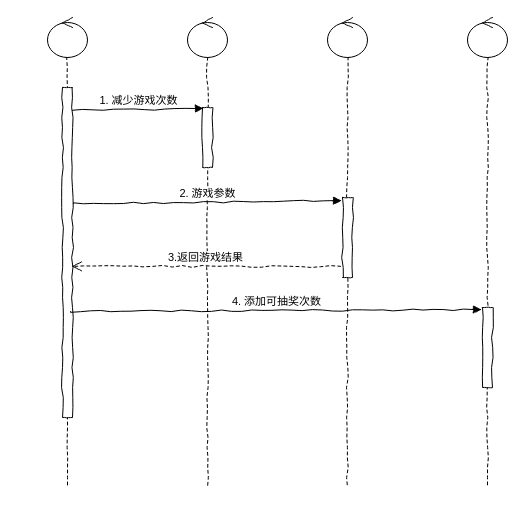
This is mogu/游戏通用序列图.drawio from GDUTKiller/UML, a draw.io file, before an edit. Source tidied: cells renumbered, new cells numbered last; positions are measured from the earlier drawing's top-left corner, leaving out a move shared by most shapes. Both pictures are drawn from the tidied source at 100%, with x=0, y=0 at pixel (47, 17).
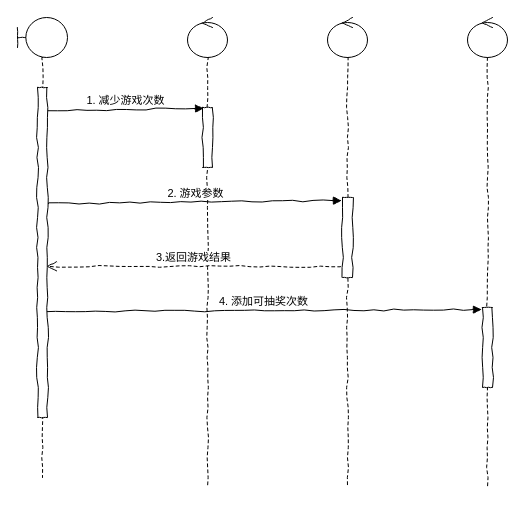
After the change.

Commit message:
添加边界控制

Change to the diagram source:
```diff
@@
 <mxGraphModel>
   <root>
     <mxCell id="0" />
     <mxCell id="1" parent="0" />
     <mxCell id="2" style="shape=umlLifeline;participant=umlControl;perimeter=lifelinePerimeter;whiteSpace=wrap;html=1;verticalAlign=top;spacingTop=36;labelBackgroundColor=#ffffff;comic=1;" parent="1" vertex="1">
       <mxGeometry x="140" width="40" height="470" as="geometry" />
     </mxCell>
     <mxCell id="3" style="html=1;points=[];perimeter=orthogonalPerimeter;rounded=0;shadow=0;glass=0;comic=1;" parent="2" vertex="1">
       <mxGeometry x="15" y="90" width="10" height="60" as="geometry" />
     </mxCell>
     <mxCell id="4" style="shape=umlLifeline;participant=umlControl;perimeter=lifelinePerimeter;whiteSpace=wrap;html=1;verticalAlign=top;spacingTop=36;labelBackgroundColor=#ffffff;comic=1;rounded=0;glass=0;shadow=0;" parent="1" vertex="1">
       <mxGeometry x="280" width="40" height="470" as="geometry" />
     </mxCell>
     <mxCell id="5" style="html=1;points=[];perimeter=orthogonalPerimeter;rounded=0;shadow=0;glass=0;comic=1;" parent="4" vertex="1">
       <mxGeometry x="15" y="180" width="10" height="80" as="geometry" />
     </mxCell>
-    <mxCell id="6" style="shape=umlLifeline;participant=umlControl;perimeter=lifelinePerimeter;whiteSpace=wrap;html=1;verticalAlign=top;spacingTop=36;labelBackgroundColor=#ffffff;comic=1;" parent="1" vertex="1">
-      <mxGeometry width="40" height="470" as="geometry" />
-    </mxCell>
-    <mxCell id="7" style="html=1;points=[];perimeter=orthogonalPerimeter;rounded=0;shadow=0;glass=0;comic=1;" parent="6" vertex="1">
-      <mxGeometry x="15" y="70" width="10" height="330" as="geometry" />
-    </mxCell>
     <mxCell id="8" style="shape=umlLifeline;participant=umlControl;perimeter=lifelinePerimeter;whiteSpace=wrap;html=1;verticalAlign=top;spacingTop=36;labelBackgroundColor=#ffffff;comic=1;rounded=0;glass=0;shadow=0;" parent="1" vertex="1">
       <mxGeometry x="420" width="40" height="470" as="geometry" />
     </mxCell>
     <mxCell id="9" style="html=1;points=[];perimeter=orthogonalPerimeter;rounded=0;shadow=0;glass=0;comic=1;" parent="8" vertex="1">
       <mxGeometry x="15" y="290" width="10" height="80" as="geometry" />
     </mxCell>
     <mxCell id="10" value="1. 减少游戏次数" style="html=1;verticalAlign=bottom;endArrow=block;entryX=0.1;entryY=0.014;entryDx=0;entryDy=0;entryPerimeter=0;exitX=1;exitY=0.07;exitDx=0;exitDy=0;exitPerimeter=0;comic=1;" parent="1" edge="1" source="7" target="3">
       <mxGeometry relative="1" as="geometry" />
     </mxCell>
     <mxCell id="11" value="2. 游戏参数" style="html=1;verticalAlign=bottom;endArrow=block;entryX=-0.1;entryY=0.038;entryDx=0;entryDy=0;entryPerimeter=0;exitX=1.1;exitY=0.352;exitDx=0;exitDy=0;exitPerimeter=0;comic=1;" parent="1" edge="1" source="7" target="5">
       <mxGeometry relative="1" as="geometry" />
     </mxCell>
     <mxCell id="12" value="3.返回游戏结果" style="html=1;verticalAlign=bottom;endArrow=open;dashed=1;endSize=8;exitX=-0.2;exitY=0.863;exitDx=0;exitDy=0;exitPerimeter=0;comic=1;entryX=0.9;entryY=0.542;entryDx=0;entryDy=0;entryPerimeter=0;" parent="1" edge="1" source="5" target="7">
       <mxGeometry relative="1" as="geometry" />
     </mxCell>
     <mxCell id="13" value="4. 添加可抽奖次数" style="html=1;verticalAlign=bottom;endArrow=block;entryX=-0.1;entryY=0.025;entryDx=0;entryDy=0;entryPerimeter=0;exitX=0.8;exitY=0.679;exitDx=0;exitDy=0;exitPerimeter=0;comic=1;" parent="1" edge="1" source="7" target="9">
       <mxGeometry relative="1" as="geometry" />
     </mxCell>
+    <mxCell id="14" style="shape=umlLifeline;participant=umlBoundary;perimeter=lifelinePerimeter;whiteSpace=wrap;html=1;verticalAlign=top;spacingTop=36;labelBackgroundColor=#ffffff;comic=1;" parent="1" vertex="1">
+      <mxGeometry x="-30" width="50" height="460" as="geometry" />
+    </mxCell>
+    <mxCell id="7" style="html=1;points=[];perimeter=orthogonalPerimeter;rounded=0;shadow=0;glass=0;comic=1;" parent="14" vertex="1">
+      <mxGeometry x="20" y="70" width="10" height="330" as="geometry" />
+    </mxCell>
   </root>
 </mxGraphModel>
```
